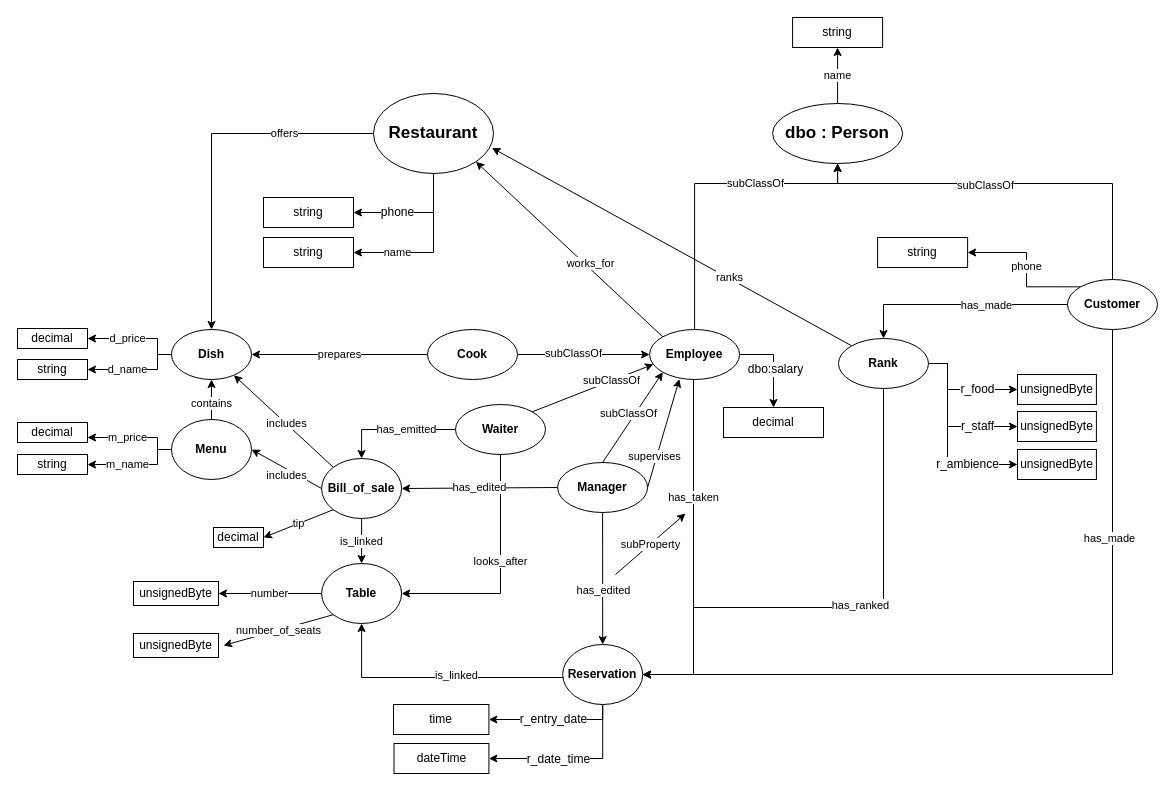
The draw.io diagram schema/schema.dio in CH-KevinDubois/MAS-RAD-4-WEB-Mini-Projet, before the edit. Source tidied: cells renumbered, new cells numbered last; positions are measured from the earlier drawing's top-left corner, leaving out a move shared by most shapes. Both pictures are drawn from the tidied source at 100%, with x=0, y=0 at pixel (17, 17).
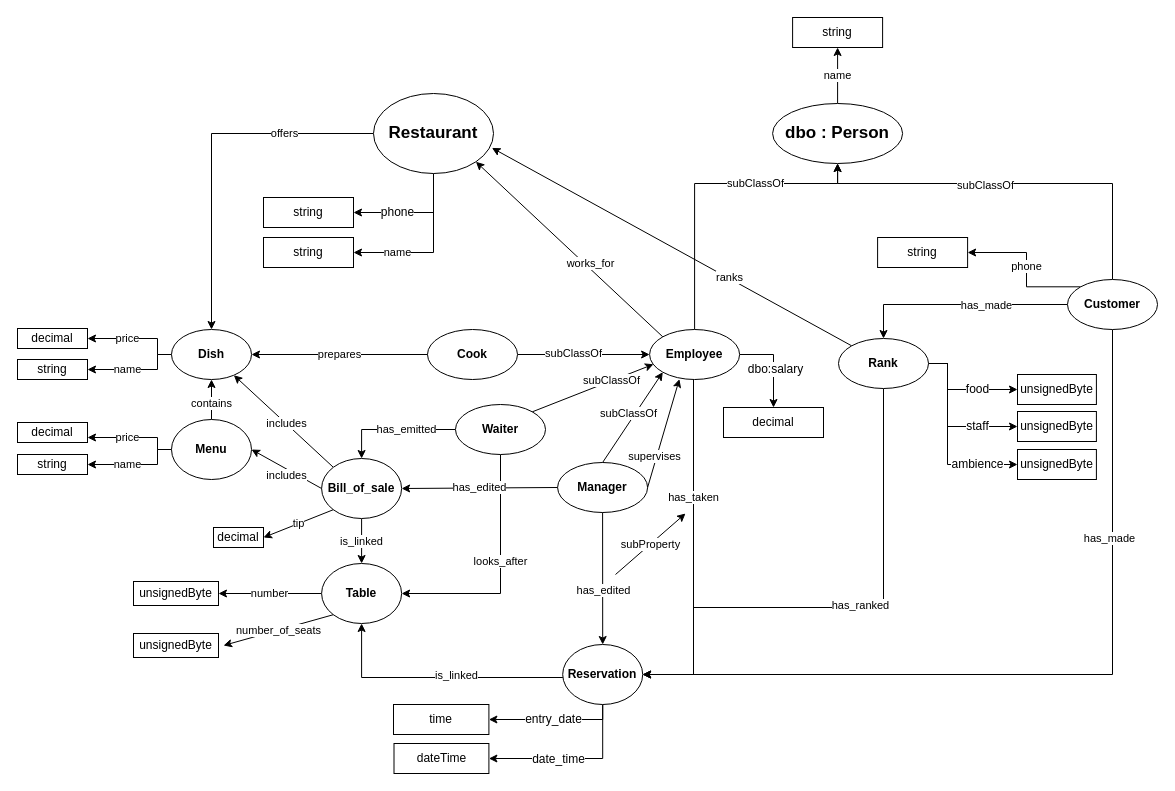
After the change.

Commit message:
Simplification schéma principal

Unchanged cells that the change refers to:
```xml
<mxCell id="33" style="edgeStyle=orthogonalEdgeStyle;rounded=0;jettySize=auto;html=1;entryX=1;entryY=0.5;entryDx=0;entryDy=0;" parent="1" edge="1" source="35" target="37">
  <mxGeometry relative="1" as="geometry">
    <Array as="points">
      <mxPoint x="585" y="741" />
    </Array>
  </mxGeometry>
</mxCell>
<mxCell id="35" value="&lt;font style=&quot;font-size: 12px&quot;&gt;Reservation&lt;/font&gt;" style="ellipse;whiteSpace=wrap;html=1;fontStyle=1;" parent="1" vertex="1">
  <mxGeometry x="545.2" y="627" width="80" height="60" as="geometry" />
</mxCell>
<mxCell id="36" value="time" style="rounded=0;whiteSpace=wrap;html=1;" parent="1" vertex="1">
  <mxGeometry x="376" y="687" width="95.4" height="30" as="geometry" />
</mxCell>
<mxCell id="41" value="&lt;font style=&quot;font-size: 12px&quot;&gt;Menu&lt;/font&gt;" style="ellipse;whiteSpace=wrap;html=1;fontStyle=1;" parent="1" vertex="1">
  <mxGeometry x="154" y="402" width="80" height="60" as="geometry" />
</mxCell>
<mxCell id="44" value="&lt;font style=&quot;font-size: 12px&quot;&gt;Dish&lt;/font&gt;" style="ellipse;whiteSpace=wrap;html=1;fontStyle=1;" parent="1" vertex="1">
  <mxGeometry x="154" y="312" width="80" height="50" as="geometry" />
</mxCell>
<mxCell id="58" value="decimal" style="rounded=0;whiteSpace=wrap;html=1;" parent="1" vertex="1">
  <mxGeometry y="311" width="70" height="20" as="geometry" />
</mxCell>
<mxCell id="59" value="string" style="rounded=0;whiteSpace=wrap;html=1;" parent="1" vertex="1">
  <mxGeometry y="342" width="70" height="20" as="geometry" />
</mxCell>
<mxCell id="60" value="decimal" style="rounded=0;whiteSpace=wrap;html=1;" parent="1" vertex="1">
  <mxGeometry y="405" width="70" height="20" as="geometry" />
</mxCell>
<mxCell id="61" value="string" style="rounded=0;whiteSpace=wrap;html=1;" parent="1" vertex="1">
  <mxGeometry y="437" width="70" height="20" as="geometry" />
</mxCell>
<mxCell id="84" value="Rank" style="ellipse;whiteSpace=wrap;html=1;fontStyle=1;" parent="1" vertex="1">
  <mxGeometry x="821" y="321" width="90" height="50" as="geometry" />
</mxCell>
<mxCell id="85" value="&lt;span&gt;unsignedByte&lt;/span&gt;" style="rounded=0;whiteSpace=wrap;html=1;" parent="1" vertex="1">
  <mxGeometry x="1000" y="357" width="78.9" height="30" as="geometry" />
</mxCell>
<mxCell id="86" value="&lt;span&gt;unsignedByte&lt;/span&gt;" style="rounded=0;whiteSpace=wrap;html=1;" parent="1" vertex="1">
  <mxGeometry x="1000" y="394" width="78.9" height="30" as="geometry" />
</mxCell>
<mxCell id="87" value="&lt;span&gt;unsignedByte&lt;/span&gt;" style="rounded=0;whiteSpace=wrap;html=1;" parent="1" vertex="1">
  <mxGeometry x="1000" y="432" width="78.9" height="30" as="geometry" />
</mxCell>
```

What changed in the source:
```diff
@@
-    <mxCell id="32" value="&lt;span style=&quot;font-size: 12px&quot;&gt;r_entry_date&lt;/span&gt;" style="edgeStyle=orthogonalEdgeStyle;rounded=0;jettySize=auto;html=1;entryX=1;entryY=0.5;entryDx=0;entryDy=0;" parent="1" edge="1" source="35" target="36">
+    <mxCell id="32" value="&lt;span style=&quot;font-size: 12px&quot;&gt;entry_date&lt;/span&gt;" style="edgeStyle=orthogonalEdgeStyle;rounded=0;jettySize=auto;html=1;entryX=1;entryY=0.5;entryDx=0;entryDy=0;" parent="1" edge="1" source="35" target="36">
       <mxGeometry relative="1" as="geometry">
         <Array as="points">
           <mxPoint x="585" y="702" />
         </Array>
       </mxGeometry>
     </mxCell>
@@
-    <mxCell id="34" value="&lt;span style=&quot;font-size: 12px&quot;&gt;r_date_time&lt;/span&gt;" style="edgeLabel;html=1;align=center;verticalAlign=middle;" parent="33" vertex="1">
+    <mxCell id="34" value="&lt;span style=&quot;font-size: 12px&quot;&gt;date_time&lt;/span&gt;" style="edgeLabel;html=1;align=center;verticalAlign=middle;" parent="33" vertex="1">
       <mxGeometry x="0.12" y="3" relative="1" as="geometry">
         <mxPoint x="-5" y="-3" as="offset" />
       </mxGeometry>
     </mxCell>
@@
-    <mxCell id="39" value="m_price" style="edgeStyle=orthogonalEdgeStyle;rounded=0;jettySize=auto;html=1;entryX=1;entryY=0.75;entryDx=0;entryDy=0;" parent="1" edge="1" source="41" target="60">
+    <mxCell id="39" value="price" style="edgeStyle=orthogonalEdgeStyle;rounded=0;jettySize=auto;html=1;entryX=1;entryY=0.75;entryDx=0;entryDy=0;" parent="1" edge="1" source="41" target="60">
       <mxGeometry x="0.17" relative="1" as="geometry">
         <Array as="points">
           <mxPoint x="140" y="432" />
           <mxPoint x="140" y="420" />
         </Array>
       </mxGeometry>
     </mxCell>
-    <mxCell id="40" value="m_name" style="edgeStyle=orthogonalEdgeStyle;rounded=0;jettySize=auto;html=1;entryX=1;entryY=0.5;entryDx=0;entryDy=0;" parent="1" edge="1" source="41" target="61">
+    <mxCell id="40" value="name" style="edgeStyle=orthogonalEdgeStyle;rounded=0;jettySize=auto;html=1;entryX=1;entryY=0.5;entryDx=0;entryDy=0;" parent="1" edge="1" source="41" target="61">
       <mxGeometry x="0.19" relative="1" as="geometry">
         <Array as="points">
           <mxPoint x="140" y="432" />
           <mxPoint x="140" y="447" />
         </Array>
       </mxGeometry>
     </mxCell>
@@
-    <mxCell id="42" value="d_price" style="edgeStyle=orthogonalEdgeStyle;rounded=0;jettySize=auto;html=1;entryX=1;entryY=0.5;entryDx=0;entryDy=0;" parent="1" edge="1" source="44" target="58">
+    <mxCell id="42" value="price" style="edgeStyle=orthogonalEdgeStyle;rounded=0;jettySize=auto;html=1;entryX=1;entryY=0.5;entryDx=0;entryDy=0;" parent="1" edge="1" source="44" target="58">
       <mxGeometry x="0.2" relative="1" as="geometry">
         <Array as="points">
           <mxPoint x="140" y="337" />
           <mxPoint x="140" y="321" />
         </Array>
       </mxGeometry>
     </mxCell>
-    <mxCell id="43" value="d_name" style="edgeStyle=orthogonalEdgeStyle;rounded=0;jettySize=auto;html=1;entryX=1;entryY=0.5;entryDx=0;entryDy=0;" parent="1" edge="1" source="44" target="59">
+    <mxCell id="43" value="name" style="edgeStyle=orthogonalEdgeStyle;rounded=0;jettySize=auto;html=1;entryX=1;entryY=0.5;entryDx=0;entryDy=0;" parent="1" edge="1" source="44" target="59">
       <mxGeometry x="0.19" relative="1" as="geometry">
         <Array as="points">
           <mxPoint x="140" y="337" />
           <mxPoint x="140" y="352" />
         </Array>
       </mxGeometry>
     </mxCell>
@@
-    <mxCell id="81" value="&lt;span style=&quot;font-size: 12px&quot;&gt;r_food&lt;/span&gt;" style="edgeStyle=orthogonalEdgeStyle;rounded=0;jettySize=auto;html=1;" parent="1" edge="1" source="84" target="85">
+    <mxCell id="81" value="&lt;span style=&quot;font-size: 12px&quot;&gt;food&lt;/span&gt;" style="edgeStyle=orthogonalEdgeStyle;rounded=0;jettySize=auto;html=1;" parent="1" edge="1" source="84" target="85">
       <mxGeometry x="0.3" relative="1" as="geometry">
         <Array as="points">
           <mxPoint x="930" y="346" />
           <mxPoint x="930" y="372" />
         </Array>
       </mxGeometry>
     </mxCell>
-    <mxCell id="82" value="&lt;span style=&quot;font-size: 12px&quot;&gt;r_staff&lt;br&gt;&lt;/span&gt;" style="edgeStyle=orthogonalEdgeStyle;rounded=0;jettySize=auto;html=1;entryX=0;entryY=0.5;entryDx=0;entryDy=0;" parent="1" edge="1" source="84" target="86">
+    <mxCell id="82" value="&lt;span style=&quot;font-size: 12px&quot;&gt;staff&lt;br&gt;&lt;/span&gt;" style="edgeStyle=orthogonalEdgeStyle;rounded=0;jettySize=auto;html=1;entryX=0;entryY=0.5;entryDx=0;entryDy=0;" parent="1" edge="1" source="84" target="86">
       <mxGeometry x="0.47" relative="1" as="geometry">
         <Array as="points">
           <mxPoint x="930" y="346" />
           <mxPoint x="930" y="409" />
         </Array>
       </mxGeometry>
     </mxCell>
-    <mxCell id="83" value="&lt;span style=&quot;font-size: 12px&quot;&gt;r_ambience&lt;/span&gt;" style="edgeStyle=orthogonalEdgeStyle;rounded=0;jettySize=auto;html=1;entryX=0;entryY=0.5;entryDx=0;entryDy=0;" parent="1" edge="1" source="84" target="87">
-      <mxGeometry x="0.47" relative="1" as="geometry">
+    <mxCell id="83" value="&lt;span style=&quot;font-size: 12px&quot;&gt;ambience&lt;/span&gt;" style="edgeStyle=orthogonalEdgeStyle;rounded=0;jettySize=auto;html=1;entryX=0;entryY=0.5;entryDx=0;entryDy=0;" parent="1" edge="1" source="84" target="87">
+      <mxGeometry x="0.58" relative="1" as="geometry">
         <Array as="points">
           <mxPoint x="930" y="346" />
           <mxPoint x="930" y="447" />
         </Array>
       </mxGeometry>
     </mxCell>
```
